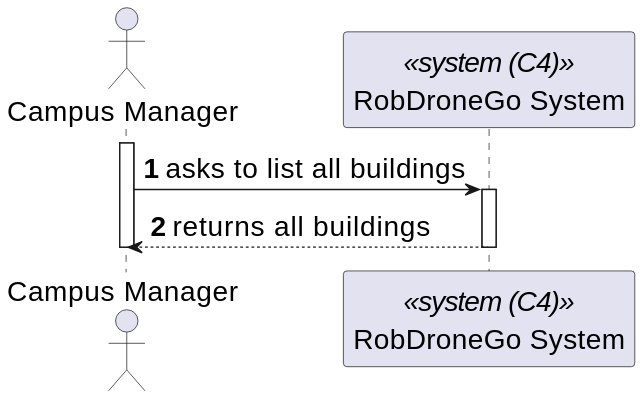
miseEnPlace-dev/lapr5 keeps this PlantUML diagram as _wiki/sprint-b/us-1090/views/level-1/assets/process-view.svg. Above is the earlier version. Its diagram source:
```plantuml
@startuml
skinparamlocked defaultFontSize 20
autonumber

actor CM as "Campus Manager"
participant SYS as "RobDroneGo System" <<system (C4)>>

activate CM

CM -> SYS : asks to list all buildings
activate SYS

CM <-- SYS : returns all buildings
deactivate SYS


deactivate CM
@enduml
```
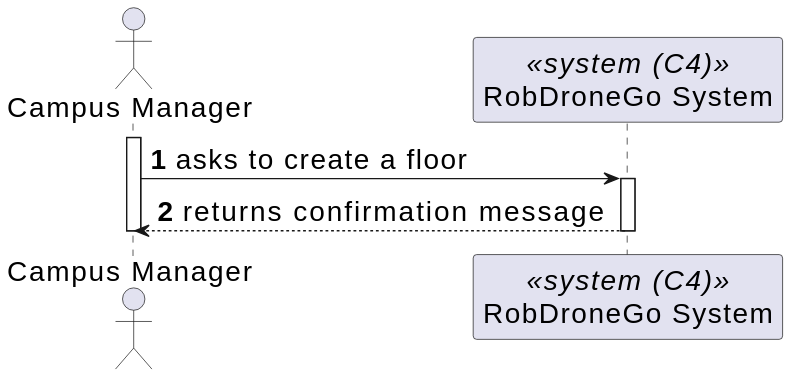
The same diagram one commit later.

The edit, as a diff of the source:
```diff
@@ -7,12 +7,11 @@
 
 activate CM
 
-CM -> SYS : asks to list all buildings
+CM -> SYS : asks to create a floor
 activate SYS
 
-CM <-- SYS : returns all buildings
+CM <-- SYS : returns confirmation message
 deactivate SYS
-
 
 deactivate CM
 @enduml
```
